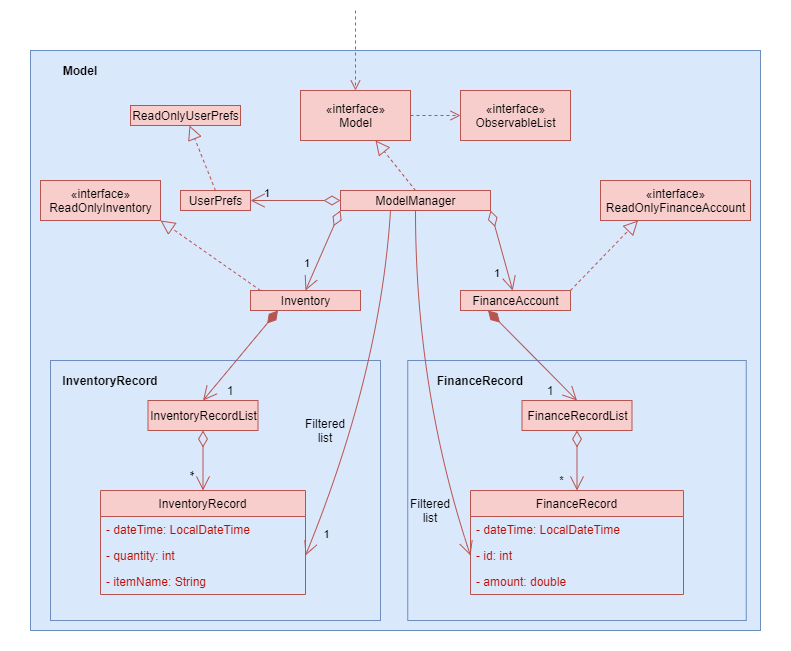
Before: docs/images/ModelClassDiagram.png, a diagram exported from draw.io (nus-cs2103-AY2021S1/tp). Source tidied: cells renumbered, new cells last; positions are measured from the earlier drawing's top-left corner, leaving out a move shared by most shapes.
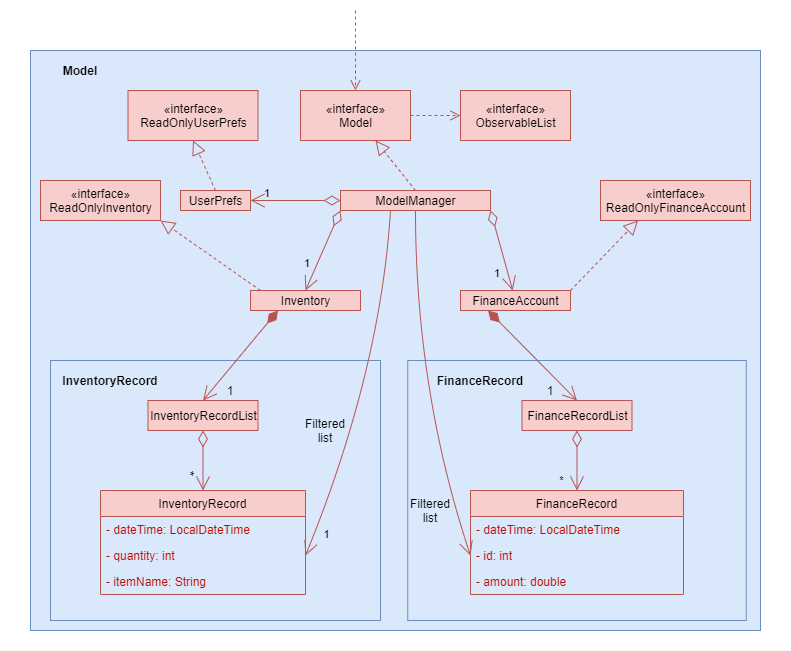
After the commit.

Change to the diagram source:
```diff
@@ -69,12 +69,9 @@
     <mxCell id="18" value="UserPrefs" style="html=1;labelBackgroundColor=none;labelBorderColor=none;fillColor=#f8cecc;strokeColor=#b85450;" parent="1" vertex="1">
       <mxGeometry x="180" y="190" width="70" height="20" as="geometry" />
     </mxCell>
-    <mxCell id="19" style="endArrow=block;dashed=1;endFill=0;endSize=12;html=1;exitX=0.5;exitY=0;exitDx=0;exitDy=0;fontColor=#BD0D00;labelBackgroundColor=none;labelBorderColor=none;fillColor=#f8cecc;strokeColor=#b85450;" parent="1" edge="1" source="18" target="20">
+    <mxCell id="19" style="endArrow=block;dashed=1;endFill=0;endSize=12;html=1;exitX=0.5;exitY=0;exitDx=0;exitDy=0;fontColor=#BD0D00;labelBackgroundColor=none;labelBorderColor=none;fillColor=#f8cecc;strokeColor=#b85450;entryX=0.5;entryY=1;entryDx=0;entryDy=0;" parent="1" edge="1" source="18" target="53">
       <mxGeometry relative="1" as="geometry" />
     </mxCell>
-    <mxCell id="20" value="ReadOnlyUserPrefs" style="html=1;labelBackgroundColor=none;labelBorderColor=none;fillColor=#f8cecc;strokeColor=#b85450;" parent="1" vertex="1">
-      <mxGeometry x="130" y="105" width="110" height="20" as="geometry" />
-    </mxCell>
     <mxCell id="21" value="Inventory" style="html=1;labelBackgroundColor=none;labelBorderColor=none;fillColor=#f8cecc;strokeColor=#b85450;" parent="1" vertex="1">
       <mxGeometry x="250" y="290" width="110" height="20" as="geometry" />
     </mxCell>
@@ -179,5 +176,8 @@
     <mxCell id="52" value="&lt;b&gt;&lt;font color=&quot;#000000&quot;&gt;InventoryRecord&lt;/font&gt;&lt;/b&gt;" style="text;html=1;strokeColor=none;fillColor=none;align=center;verticalAlign=middle;whiteSpace=wrap;rounded=0;labelBackgroundColor=none;fontColor=#BD0D00;" parent="1" vertex="1">
       <mxGeometry x="90" y="370" width="40" height="20" as="geometry" />
     </mxCell>
+    <mxCell id="53" value="«interface»&lt;br&gt;ReadOnlyUserPrefs" style="html=1;fillColor=#f8cecc;strokeColor=#b85450;" parent="1" vertex="1">
+      <mxGeometry x="127.5" y="90" width="130" height="50" as="geometry" />
+    </mxCell>
   </root>
 </mxGraphModel>
```
